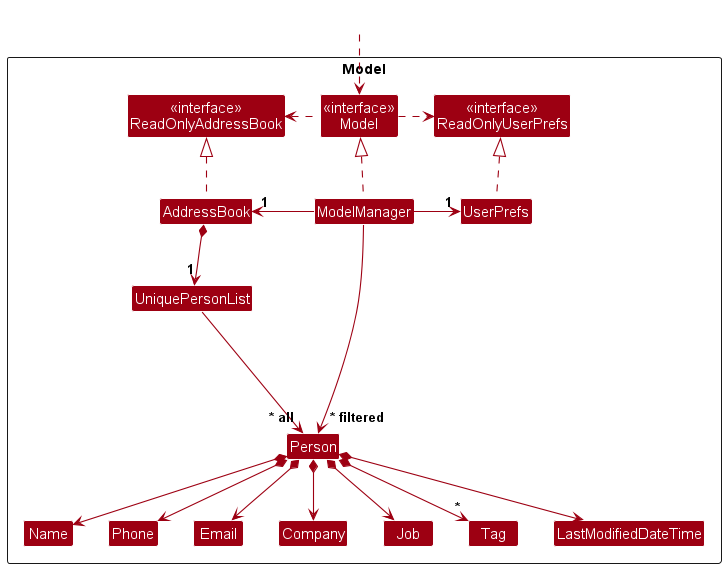
xavierpok/tp keeps this PlantUML diagram as docs/images/ModelClassDiagram.png. Above is the earlier version.
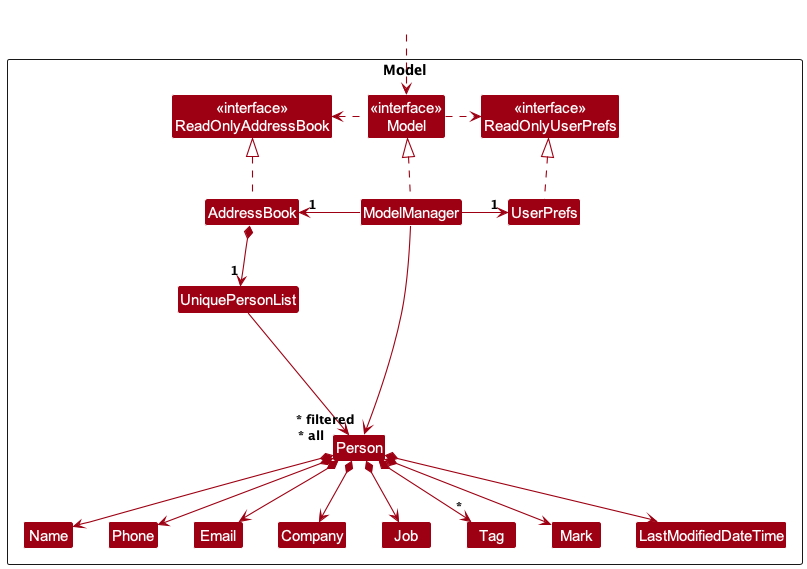
After the commit.

Commit message:
update DG with mark and unmark implementation

Change to the diagram source:
```diff
@@ -20,6 +20,7 @@
 Class Company
 Class Job
 Class Tag
+Class Mark
 Class LastModifiedDateTime
 
 Class I #FFFFFF
@@ -45,6 +46,7 @@
 Person *--> Company
 Person *--> Job
 Person *--> "*" Tag
+Person *--> Mark
 Person *--> LastModifiedDateTime
 
 Person -[hidden]up--> I
```
